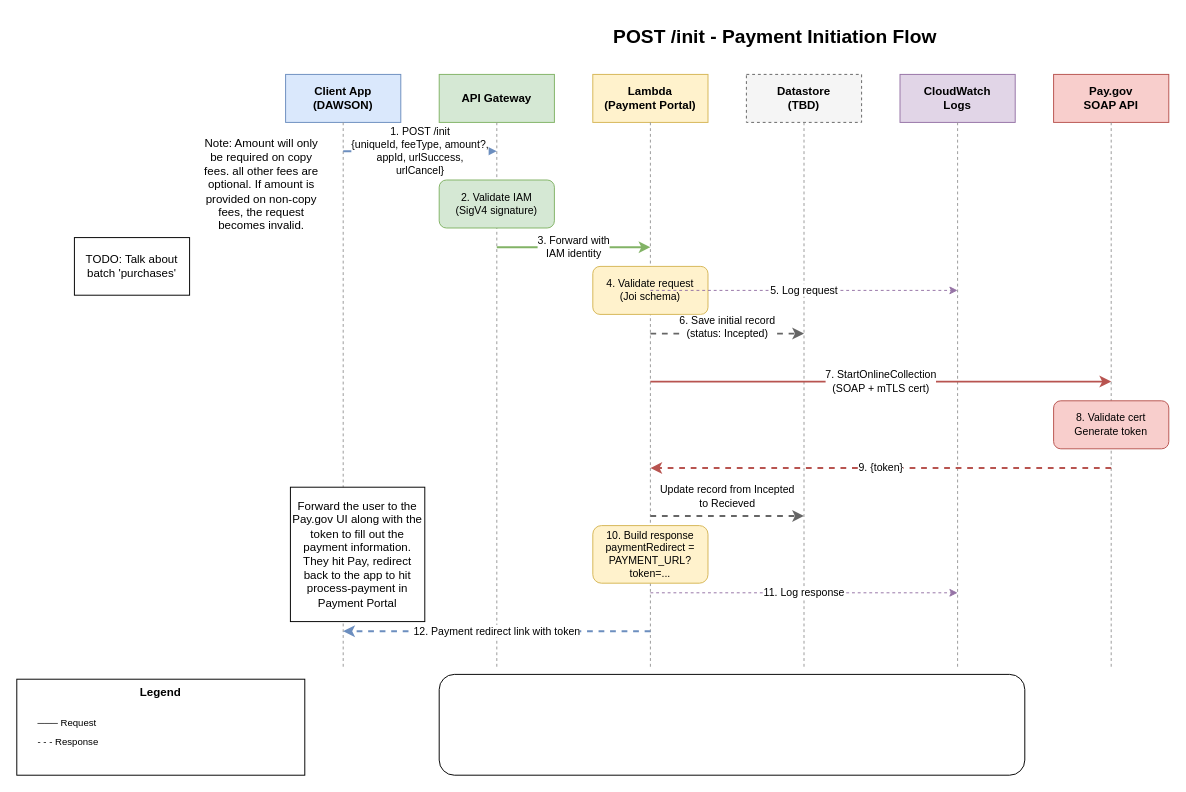
This is docs/diagrams/init-payment-flow.drawio from ustaxcourt/ustc-payment-portal, a draw.io file, before an edit. Source tidied: cells renumbered, new cells numbered last; positions are measured from the earlier drawing's top-left corner, leaving out a move shared by most shapes. Both pictures are drawn from the tidied source at 96%, with x=0, y=0 at pixel (16, 16).
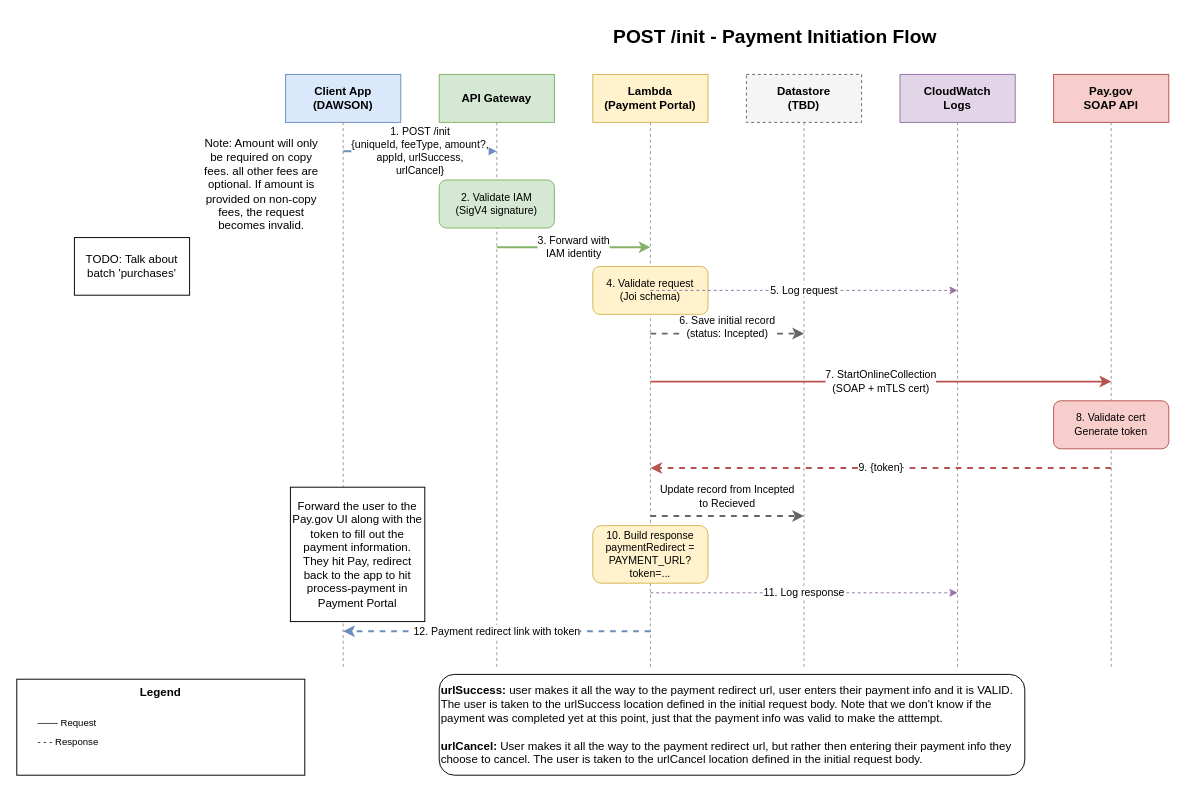
The same diagram, later.

Change to the diagram source:
```diff
@@
-    <mxCell id="34" style="rounded=1;whiteSpace=wrap;html=1;align=left;" parent="1" vertex="1">
+    <mxCell id="34" value="&lt;b&gt;urlSuccess: &lt;/b&gt;user makes it all the way to the payment redirect url, user enters their payment info and it is VALID. The user is taken to the urlSuccess location defined in the initial request body. Note that we don't know if the payment was completed yet at this point, just that the payment info was valid to make the atttempt.&lt;div&gt;&lt;font color=&quot;#000000&quot;&gt;&lt;br&gt;&lt;/font&gt;&lt;div&gt;&lt;b&gt;urlCancel: &lt;/b&gt;User makes it all the way to the payment redirect url, but rather then entering their payment info they choose to cancel. The user is taken to the urlCancel location defined in the initial request body.&amp;nbsp;&lt;/div&gt;&lt;/div&gt;" style="rounded=1;whiteSpace=wrap;html=1;align=left;" parent="1" vertex="1">
       <mxGeometry x="440" y="685" width="610" height="105" as="geometry" />
     </mxCell>
```
